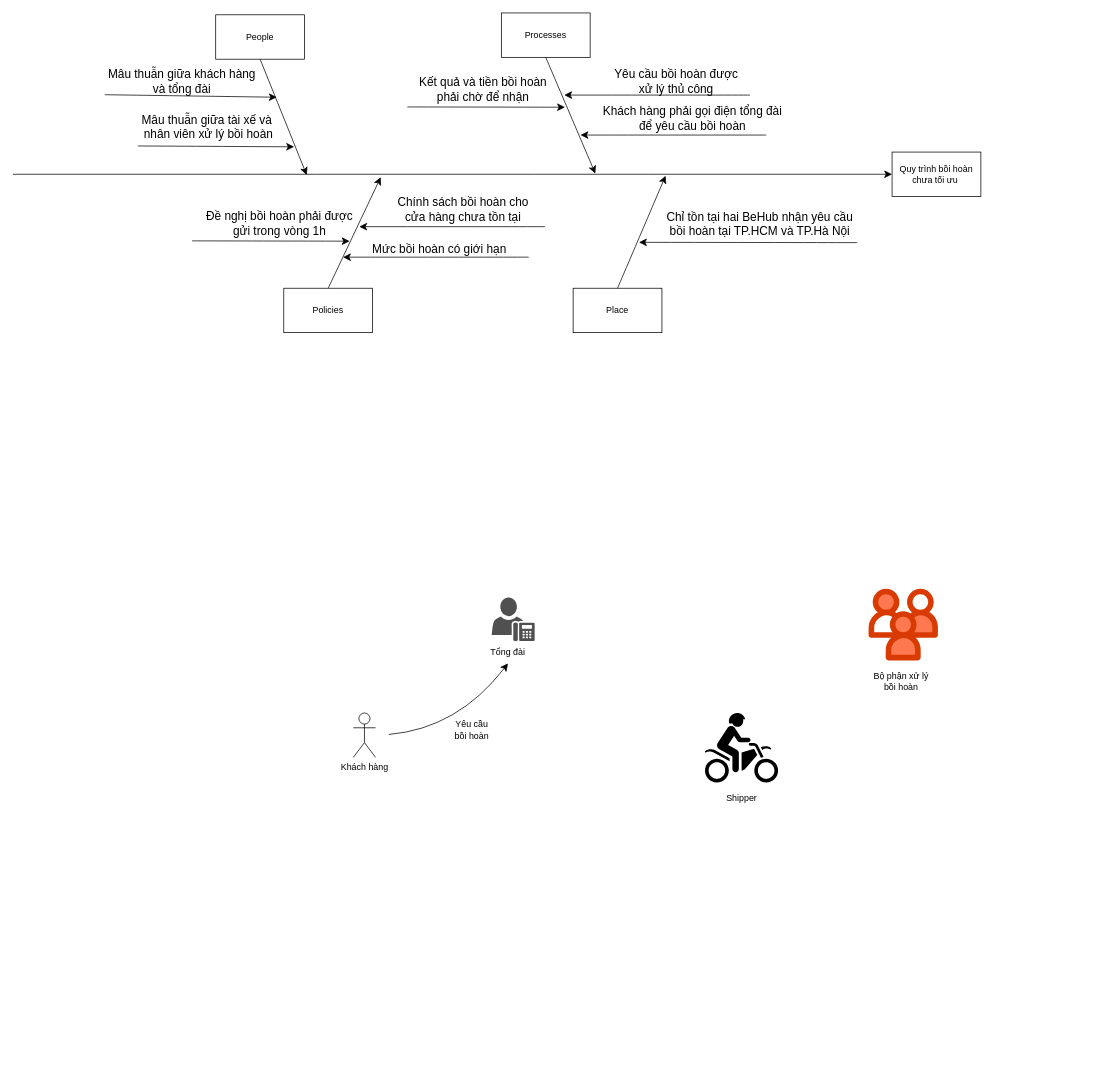
Above: Untitled Diagram.drawio in DatOneGuyL/Extra-Exercises (draw.io), before the change. Source tidied: cells renumbered, new cells numbered last; positions are measured from the earlier drawing's top-left corner, leaving out a move shared by most shapes. Both pictures are drawn from the tidied source at 74%, with x=0, y=0 at pixel (13, 13). Pictures stored in the file or linked from it are replaced by grey dashed boxes.
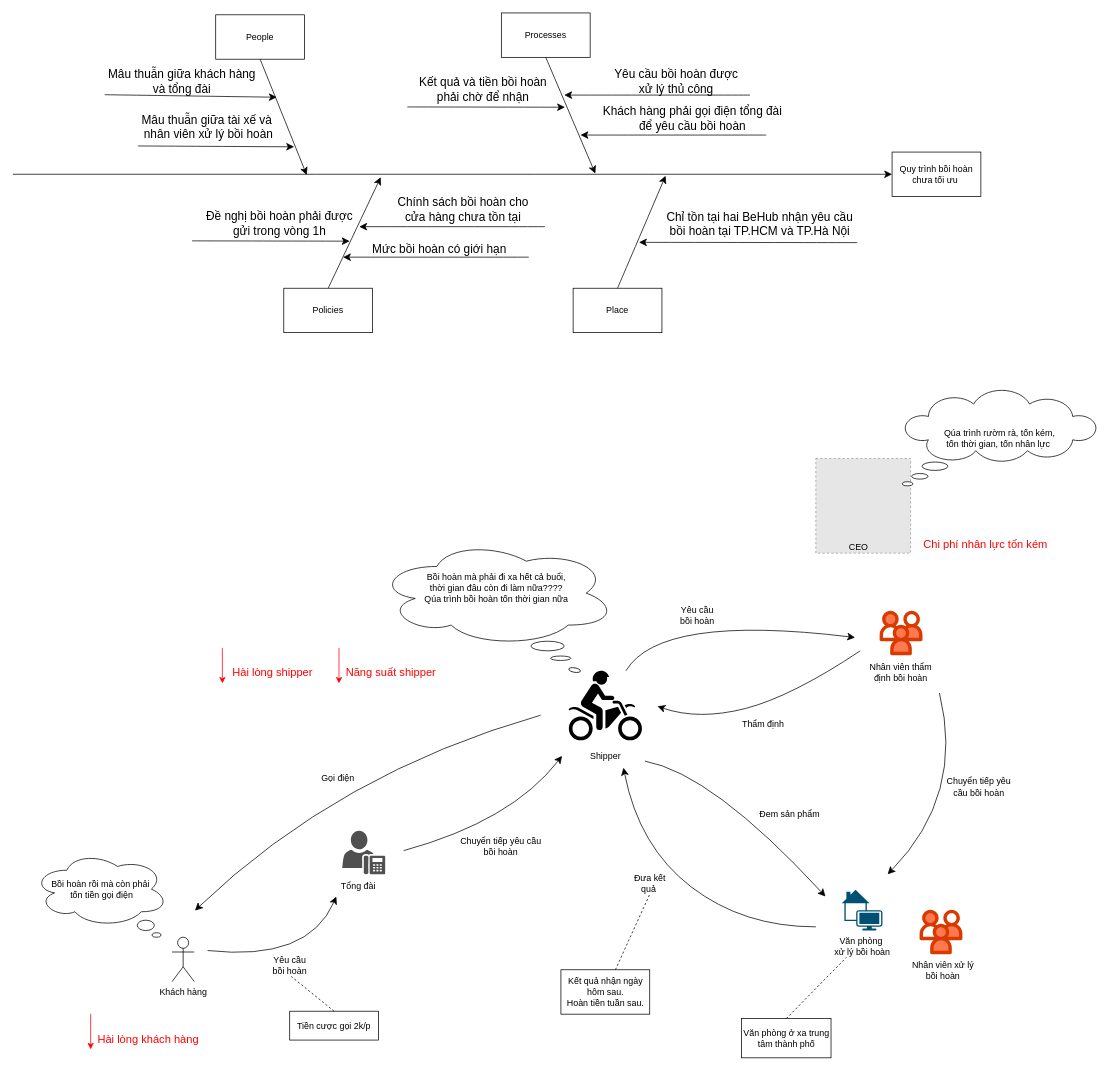
The same page after the edit.

Diff of the diagram source:
```diff
@@
     <mxCell id="30" value="Khách hàng" style="shape=umlActor;verticalLabelPosition=bottom;verticalAlign=top;html=1;" parent="1" vertex="1">
-      <mxGeometry x="460" y="946" width="30" height="60" as="geometry" />
+      <mxGeometry x="215" y="1249" width="30" height="60" as="geometry" />
     </mxCell>
     <mxCell id="31" style="sketch=0;shadow=0;dashed=0;html=1;strokeColor=none;fillColor=#505050;labelPosition=center;verticalLabelPosition=bottom;verticalAlign=top;align=center;shape=mxgraph.office.users.um_enabled_user;" parent="1" vertex="1">
-      <mxGeometry x="647" y="790" width="58" height="59" as="geometry" />
+      <mxGeometry x="445" y="1105" width="58" height="59" as="geometry" />
     </mxCell>
     <mxCell id="32" value="Tổng đài" style="text;html=1;align=center;verticalAlign=middle;whiteSpace=wrap;rounded=0;" parent="1" vertex="1">
-      <mxGeometry x="639" y="849" width="60" height="30" as="geometry" />
+      <mxGeometry x="437" y="1168" width="60" height="26" as="geometry" />
     </mxCell>
-    <mxCell id="33" style="endArrow=classic;html=1;rounded=0;fontSize=12;startSize=8;endSize=8;curved=1;entryX=0.5;entryY=1;entryDx=0;entryDy=0;" parent="1" edge="1" target="32">
+    <mxCell id="33" style="endArrow=classic;html=1;rounded=0;fontSize=12;startSize=8;endSize=8;curved=1;entryX=0;entryY=1;entryDx=0;entryDy=0;" parent="1" edge="1" target="32">
       <mxGeometry relative="1" as="geometry">
-        <mxPoint x="508" y="975" as="sourcePoint" />
+        <mxPoint x="263" y="1267" as="sourcePoint" />
         <Array as="points">
-          <mxPoint x="601" y="967" />
+          <mxPoint x="399" y="1282" />
         </Array>
       </mxGeometry>
     </mxCell>
     <mxCell id="34" value="Yêu cầu&amp;nbsp;&lt;br&gt;bồi hoàn&amp;nbsp;" style="text;html=1;align=center;verticalAlign=middle;whiteSpace=wrap;rounded=0;" parent="1" vertex="1">
-      <mxGeometry x="592" y="954" width="60" height="30" as="geometry" />
+      <mxGeometry x="346" y="1272" width="60" height="30" as="geometry" />
     </mxCell>
     <mxCell id="35" style="shape=mxgraph.signs.sports.dirt_bike;html=1;fillColor=#000000;strokeColor=none;verticalLabelPosition=bottom;verticalAlign=top;align=center;" parent="1" vertex="1">
-      <mxGeometry x="935" y="946" width="99" height="94" as="geometry" />
+      <mxGeometry x="751" y="889" width="99" height="94" as="geometry" />
     </mxCell>
     <mxCell id="36" value="Shipper" style="text;html=1;align=center;verticalAlign=middle;whiteSpace=wrap;rounded=0;" parent="1" vertex="1">
-      <mxGeometry x="954.5" y="1047" width="60" height="30" as="geometry" />
+      <mxGeometry x="770.5" y="990" width="60" height="30" as="geometry" />
     </mxCell>
-    <mxCell id="37" style="verticalLabelPosition=bottom;html=1;shape=mxgraph.salesforce.employees;" parent="1" vertex="1">
-      <mxGeometry x="1156" y="778" width="94.1" height="97" as="geometry" />
-    </mxCell>
-    <mxCell id="38" value="Bộ phận xử lý bồi hoàn" style="text;html=1;align=center;verticalAlign=middle;whiteSpace=wrap;rounded=0;" parent="1" vertex="1">
-      <mxGeometry x="1156" y="888" width="89" height="30" as="geometry" />
-    </mxCell>
+    <mxCell id="39" style="verticalLabelPosition=bottom;html=1;shape=mxgraph.salesforce.employees;" parent="1" vertex="1">
+      <mxGeometry x="1225" y="1212" width="58.2" height="60" as="geometry" />
+    </mxCell>
+    <mxCell id="40" style="verticalLabelPosition=bottom;html=1;shape=mxgraph.salesforce.employees;" parent="1" vertex="1">
+      <mxGeometry x="1171" y="808" width="58.2" height="60" as="geometry" />
+    </mxCell>
+    <mxCell id="41" value="Nhân viên thẩm định bồi hoàn" style="text;html=1;align=center;verticalAlign=middle;whiteSpace=wrap;rounded=0;" parent="1" vertex="1">
+      <mxGeometry x="1155.1" y="876" width="90" height="30" as="geometry" />
+    </mxCell>
+    <mxCell id="42" style="endArrow=classic;html=1;rounded=0;fontSize=12;startSize=8;endSize=8;curved=1;" parent="1" edge="1" source="35">
+      <mxGeometry relative="1" as="geometry">
+        <mxPoint x="1138" y="844" as="targetPoint" />
+        <Array as="points">
+          <mxPoint x="874" y="812" />
+        </Array>
+      </mxGeometry>
+    </mxCell>
+    <mxCell id="43" value="Yêu cầu bồi hoàn" style="text;html=1;align=center;verticalAlign=middle;whiteSpace=wrap;rounded=0;" parent="1" vertex="1">
+      <mxGeometry x="895" y="799" width="60" height="30" as="geometry" />
+    </mxCell>
+    <mxCell id="44" style="endArrow=classic;html=1;rounded=0;fontSize=12;startSize=8;endSize=8;curved=1;" parent="1" edge="1">
+      <mxGeometry relative="1" as="geometry">
+        <mxPoint x="1145" y="862" as="sourcePoint" />
+        <mxPoint x="871" y="937" as="targetPoint" />
+        <Array as="points">
+          <mxPoint x="1052" y="924" />
+          <mxPoint x="927" y="956" />
+        </Array>
+      </mxGeometry>
+    </mxCell>
+    <mxCell id="45" value="Thẩm định" style="text;html=1;align=center;verticalAlign=middle;whiteSpace=wrap;rounded=0;" parent="1" vertex="1">
+      <mxGeometry x="984" y="946" width="60" height="30" as="geometry" />
+    </mxCell>
+    <mxCell id="46" value="Nhân viên xử lý bồi hoàn" style="text;html=1;align=center;verticalAlign=middle;whiteSpace=wrap;rounded=0;" parent="1" vertex="1">
+      <mxGeometry x="1206" y="1279" width="102" height="30" as="geometry" />
+    </mxCell>
+    <mxCell id="47" style="endArrow=classic;html=1;rounded=0;fontSize=12;startSize=8;endSize=8;curved=1;" parent="1" edge="1">
+      <mxGeometry relative="1" as="geometry">
+        <mxPoint x="1252" y="919" as="sourcePoint" />
+        <mxPoint x="1182" y="1164" as="targetPoint" />
+        <Array as="points">
+          <mxPoint x="1286" y="1057" />
+        </Array>
+      </mxGeometry>
+    </mxCell>
+    <mxCell id="48" value="Chuyển tiếp yêu cầu bồi hoàn" style="text;html=1;align=center;verticalAlign=middle;whiteSpace=wrap;rounded=0;" parent="1" vertex="1">
+      <mxGeometry x="1256" y="1031" width="99" height="30" as="geometry" />
+    </mxCell>
+    <mxCell id="49" style="endArrow=classic;html=1;rounded=0;fontSize=12;startSize=8;endSize=8;curved=1;" parent="1" edge="1">
+      <mxGeometry relative="1" as="geometry">
+        <mxPoint x="854" y="1011" as="sourcePoint" />
+        <mxPoint x="1098" y="1194" as="targetPoint" />
+        <Array as="points">
+          <mxPoint x="945" y="1028" />
+        </Array>
+      </mxGeometry>
+    </mxCell>
+    <mxCell id="50" value="Đem sản phẩm&amp;nbsp;" style="text;html=1;align=center;verticalAlign=middle;strokeColor=none;fillColor=none;" parent="1" vertex="1">
+      <mxGeometry x="999" y="1070" width="103" height="26" as="geometry" />
+    </mxCell>
+    <mxCell id="51" style="endArrow=classic;html=1;rounded=0;fontSize=12;startSize=8;endSize=8;curved=1;" parent="1" edge="1">
+      <mxGeometry relative="1" as="geometry">
+        <mxPoint x="1085" y="1235" as="sourcePoint" />
+        <mxPoint x="825" y="1020" as="targetPoint" />
+        <Array as="points">
+          <mxPoint x="987" y="1235" />
+          <mxPoint x="846" y="1127" />
+        </Array>
+      </mxGeometry>
+    </mxCell>
+    <mxCell id="52" value="Đưa kết quả&amp;nbsp;" style="text;html=1;align=center;verticalAlign=middle;whiteSpace=wrap;rounded=0;" parent="1" vertex="1">
+      <mxGeometry x="830.5" y="1161" width="60" height="30" as="geometry" />
+    </mxCell>
+    <mxCell id="53" style="endArrow=classic;html=1;rounded=0;fontSize=12;startSize=8;endSize=8;curved=1;entryX=0.5;entryY=1;entryDx=0;entryDy=0;" parent="1" edge="1">
+      <mxGeometry relative="1" as="geometry">
+        <mxPoint x="528" y="1132" as="sourcePoint" />
+        <mxPoint x="742" y="1004" as="targetPoint" />
+        <Array as="points">
+          <mxPoint x="674" y="1092" />
+        </Array>
+      </mxGeometry>
+    </mxCell>
+    <mxCell id="54" value="Chuyển tiếp yêu cầu &lt;br&gt;bồi hoàn" style="text;html=1;align=center;verticalAlign=middle;strokeColor=none;fillColor=none;" parent="1" vertex="1">
+      <mxGeometry x="595" y="1105" width="127" height="41" as="geometry" />
+    </mxCell>
+    <mxCell id="55" style="endArrow=classic;html=1;rounded=0;fontSize=12;startSize=8;endSize=8;curved=1;" parent="1" edge="1">
+      <mxGeometry relative="1" as="geometry">
+        <mxPoint x="713" y="949" as="sourcePoint" />
+        <mxPoint x="246" y="1213" as="targetPoint" />
+        <Array as="points">
+          <mxPoint x="440" y="1027" />
+        </Array>
+      </mxGeometry>
+    </mxCell>
+    <mxCell id="56" value="Gọi điện&amp;nbsp;" style="text;html=1;align=center;verticalAlign=middle;whiteSpace=wrap;rounded=0;" parent="1" vertex="1">
+      <mxGeometry x="411" y="1020" width="60" height="30" as="geometry" />
+    </mxCell>
+    <mxCell id="57" value="Bồi hoàn rồi mà còn phải&lt;br&gt;&amp;nbsp;tốn tiền gọi điện" style="ellipse;shape=cloud;whiteSpace=wrap;html=1;" parent="1" vertex="1">
+      <mxGeometry x="27" y="1133" width="183" height="102" as="geometry" />
+    </mxCell>
+    <mxCell id="58" style="ellipse;whiteSpace=wrap;html=1;" parent="1" vertex="1">
+      <mxGeometry x="168" y="1226" width="23" height="14" as="geometry" />
+    </mxCell>
+    <mxCell id="59" style="ellipse;whiteSpace=wrap;html=1;" parent="1" vertex="1">
+      <mxGeometry x="188" y="1243" width="12" height="6" as="geometry" />
+    </mxCell>
+    <mxCell id="60" style="verticalLabelPosition=bottom;sketch=0;html=1;verticalAlign=top;align=center;shape=mxgraph.cisco19.home_office;fillColor=#005073;strokeColor=none;" parent="1" vertex="1">
+      <mxGeometry x="1120" y="1185" width="55" height="55" as="geometry" />
+    </mxCell>
+    <mxCell id="61" value="Văn phòng&amp;nbsp;&lt;br&gt;xử lý bồi hoàn" style="text;html=1;align=center;verticalAlign=middle;whiteSpace=wrap;rounded=0;" parent="1" vertex="1">
+      <mxGeometry x="1105.5" y="1246" width="84" height="30" as="geometry" />
+    </mxCell>
+    <mxCell id="62" value="Văn phòng ở xa trung tâm thành phố" style="rounded=0;whiteSpace=wrap;html=1;" parent="1" vertex="1">
+      <mxGeometry x="984.5" y="1359" width="121" height="53" as="geometry" />
+    </mxCell>
+    <mxCell id="63" style="endArrow=none;dashed=1;html=1;rounded=0;entryX=0.25;entryY=1;entryDx=0;entryDy=0;exitX=0.5;exitY=0;exitDx=0;exitDy=0;" parent="1" edge="1" source="62" target="61">
+      <mxGeometry relative="1" as="geometry" />
+    </mxCell>
+    <mxCell id="64" value="Tiền cược gọi 2k/p" style="rounded=0;whiteSpace=wrap;html=1;" parent="1" vertex="1">
+      <mxGeometry x="374" y="1349" width="120" height="39" as="geometry" />
+    </mxCell>
+    <mxCell id="65" style="endArrow=none;dashed=1;html=1;rounded=0;entryX=0.5;entryY=1;entryDx=0;entryDy=0;exitX=0.5;exitY=0;exitDx=0;exitDy=0;" parent="1" edge="1" source="64" target="34">
+      <mxGeometry relative="1" as="geometry" />
+    </mxCell>
+    <mxCell id="66" value="Bồi hoàn mà phải đi xa hết cả buổi, &lt;br&gt;thời gian đâu còn đi làm nữa????&lt;br&gt;Qúa trình bồi hoàn tốn thời gian nữa&lt;br&gt;&lt;div&gt;&lt;br&gt;&lt;/div&gt;" style="ellipse;shape=cloud;whiteSpace=wrap;html=1;" parent="1" vertex="1">
+      <mxGeometry x="492" y="712" width="323" height="144" as="geometry" />
+    </mxCell>
+    <mxCell id="67" style="ellipse;whiteSpace=wrap;html=1;" parent="1" vertex="1">
+      <mxGeometry x="700" y="849" width="45" height="13" as="geometry" />
+    </mxCell>
+    <mxCell id="68" style="ellipse;whiteSpace=wrap;html=1;" parent="1" vertex="1">
+      <mxGeometry x="726.5" y="869" width="27.5" height="6" as="geometry" />
+    </mxCell>
+    <mxCell id="69" style="ellipse;whiteSpace=wrap;html=1;rotation=10;" parent="1" vertex="1">
+      <mxGeometry x="751" y="885" width="16" height="6" as="geometry" />
+    </mxCell>
+    <mxCell id="70" style="fillColor=#E6E6E6;strokeColor=#999999;dashed=1;html=1;verticalAlign=top;verticalLabelPosition=bottom;labelBackgroundColor=#ffffff;" parent="1" vertex="1">
+      <mxGeometry x="1085" y="602" width="128" height="128" as="geometry" />
+    </mxCell>
+    <mxCell id="71" value="Kết quả nhận ngày hôm sau.&lt;br&gt;Hoàn tiền tuần sau." style="rounded=0;whiteSpace=wrap;html=1;" parent="1" vertex="1">
+      <mxGeometry x="740.5" y="1293" width="120" height="60" as="geometry" />
+    </mxCell>
+    <mxCell id="72" style="endArrow=none;dashed=1;html=1;rounded=0;entryX=0.5;entryY=1;entryDx=0;entryDy=0;" parent="1" edge="1" source="71" target="52">
+      <mxGeometry relative="1" as="geometry" />
+    </mxCell>
+    <mxCell id="73" value="CEO" style="text;html=1;align=center;verticalAlign=middle;whiteSpace=wrap;rounded=0;" parent="1" vertex="1">
+      <mxGeometry x="1113" y="707" width="60" height="30" as="geometry" />
+    </mxCell>
+    <mxCell id="74" value="Qúa trình rườm rà, tốn kém, &lt;br&gt;tốn thời gian, tốn nhân lực&amp;nbsp;" style="whiteSpace=wrap;html=1;shape=mxgraph.basic.cloud_callout;" parent="1" vertex="1">
+      <mxGeometry x="1202" y="510" width="263" height="129" as="geometry" />
+    </mxCell>
+    <mxCell id="75" value="&lt;span style=&quot;background-color: light-dark(#ffffff, var(--ge-dark-color, #121212));&quot;&gt;&lt;font style=&quot;color: rgb(255, 0, 0); font-size: 15px;&quot;&gt;Hài lòng khách hàng&lt;/font&gt;&lt;/span&gt;" style="text;html=1;align=center;verticalAlign=middle;whiteSpace=wrap;rounded=0;" parent="1" vertex="1">
+      <mxGeometry x="109" y="1370.5" width="148" height="31.5" as="geometry" />
+    </mxCell>
+    <mxCell id="76" style="endArrow=classic;html=1;rounded=0;strokeColor=#FF0000;" parent="1" edge="1">
+      <mxGeometry relative="1" as="geometry">
+        <mxPoint x="105" y="1352.5" as="sourcePoint" />
+        <mxPoint x="105" y="1400.5" as="targetPoint" />
+      </mxGeometry>
+    </mxCell>
+    <mxCell id="77" value="&lt;span style=&quot;background-color: light-dark(#ffffff, var(--ge-dark-color, #121212));&quot;&gt;&lt;font style=&quot;color: rgb(255, 0, 0); font-size: 15px;&quot;&gt;Năng suất shipper&lt;/font&gt;&lt;/span&gt;" style="text;html=1;align=center;verticalAlign=middle;whiteSpace=wrap;rounded=0;" parent="1" vertex="1">
+      <mxGeometry x="437" y="874.5" width="148" height="31.5" as="geometry" />
+    </mxCell>
+    <mxCell id="78" value="&lt;span style=&quot;background-color: light-dark(#ffffff, var(--ge-dark-color, #121212));&quot;&gt;&lt;font style=&quot;color: rgb(255, 0, 0); font-size: 15px;&quot;&gt;Hài lòng shipper&lt;/font&gt;&lt;/span&gt;" style="text;html=1;align=center;verticalAlign=middle;whiteSpace=wrap;rounded=0;" parent="1" vertex="1">
+      <mxGeometry x="277" y="875.2" width="148" height="31.5" as="geometry" />
+    </mxCell>
+    <mxCell id="79" style="endArrow=classic;html=1;rounded=0;strokeColor=#FF0000;" parent="1" edge="1">
+      <mxGeometry relative="1" as="geometry">
+        <mxPoint x="440.6" y="858" as="sourcePoint" />
+        <mxPoint x="440.6" y="906" as="targetPoint" />
+      </mxGeometry>
+    </mxCell>
+    <mxCell id="80" style="endArrow=classic;html=1;rounded=0;strokeColor=#FF0000;" parent="1" edge="1">
+      <mxGeometry relative="1" as="geometry">
+        <mxPoint x="283" y="858" as="sourcePoint" />
+        <mxPoint x="283" y="906" as="targetPoint" />
+      </mxGeometry>
+    </mxCell>
+    <mxCell id="81" value="&lt;span style=&quot;background-color: light-dark(#ffffff, var(--ge-dark-color, #121212));&quot;&gt;&lt;font style=&quot;color: rgb(255, 0, 0); font-size: 15px;&quot;&gt;Chi phí nhân lực tốn kém&lt;/font&gt;&lt;/span&gt;" style="text;html=1;align=center;verticalAlign=middle;whiteSpace=wrap;rounded=0;" parent="1" vertex="1">
+      <mxGeometry x="1225" y="701" width="179" height="31.5" as="geometry" />
+    </mxCell>
```
